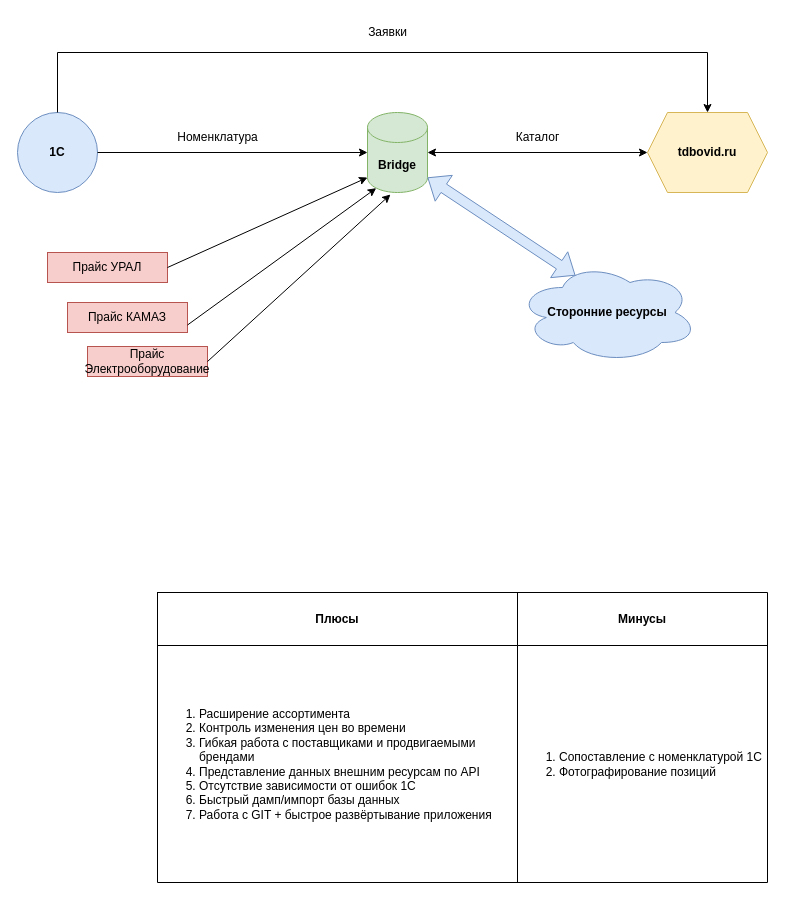
The draw.io diagram page "Страница 2" (2 of 2) of docs/schema/db.drawio in GeoS74/bridge, before the edit. Source tidied: cells renumbered, new cells numbered last; positions are measured from the earlier drawing's top-left corner, leaving out a move shared by most shapes. Both pictures are drawn from the tidied source at 100%, with x=0, y=0 at pixel (17, 17).
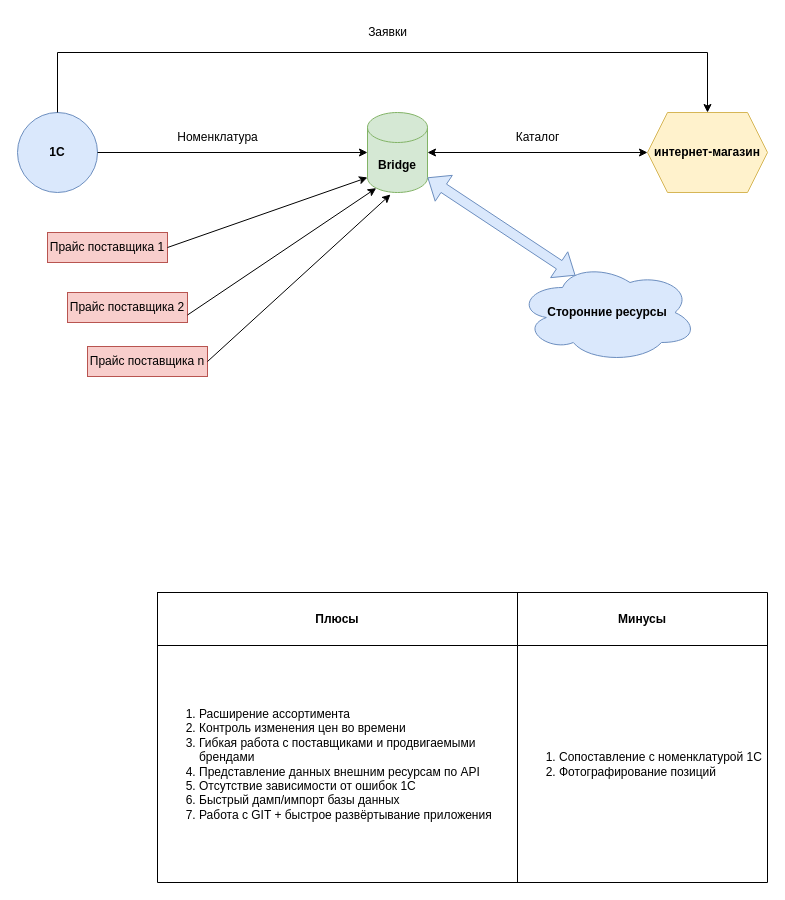
The same diagram, later.

What changed in the source:
```diff
@@
-    <mxCell id="4" value="&lt;b&gt;tdbovid.ru&lt;/b&gt;" style="shape=hexagon;perimeter=hexagonPerimeter2;whiteSpace=wrap;html=1;fixedSize=1;fillColor=#fff2cc;strokeColor=#d6b656;" parent="1" vertex="1">
+    <mxCell id="4" value="&lt;b&gt;интернет-магазин&lt;/b&gt;" style="shape=hexagon;perimeter=hexagonPerimeter2;whiteSpace=wrap;html=1;fixedSize=1;fillColor=#fff2cc;strokeColor=#d6b656;" parent="1" vertex="1">
       <mxGeometry x="630" y="95" width="120" height="80" as="geometry" />
     </mxCell>
-    <mxCell id="5" value="Прайс УРАЛ" style="rounded=0;whiteSpace=wrap;html=1;fillColor=#f8cecc;strokeColor=#b85450;" parent="1" vertex="1">
-      <mxGeometry x="30" y="235" width="120" height="30" as="geometry" />
+    <mxCell id="5" value="Прайс поставщика 1" style="rounded=0;whiteSpace=wrap;html=1;fillColor=#f8cecc;strokeColor=#b85450;" parent="1" vertex="1">
+      <mxGeometry x="30" y="215" width="120" height="30" as="geometry" />
     </mxCell>
-    <mxCell id="6" value="Прайс КАМАЗ" style="rounded=0;whiteSpace=wrap;html=1;fillColor=#f8cecc;strokeColor=#b85450;" parent="1" vertex="1">
-      <mxGeometry x="50" y="285" width="120" height="30" as="geometry" />
+    <mxCell id="6" value="Прайс поставщика 2" style="rounded=0;whiteSpace=wrap;html=1;fillColor=#f8cecc;strokeColor=#b85450;" parent="1" vertex="1">
+      <mxGeometry x="50" y="275" width="120" height="30" as="geometry" />
     </mxCell>
-    <mxCell id="7" value="Прайс Электрооборудование" style="rounded=0;whiteSpace=wrap;html=1;fillColor=#f8cecc;strokeColor=#b85450;" parent="1" vertex="1">
+    <mxCell id="7" value="Прайс поставщика n" style="rounded=0;whiteSpace=wrap;html=1;fillColor=#f8cecc;strokeColor=#b85450;" parent="1" vertex="1">
       <mxGeometry x="70" y="329" width="120" height="30" as="geometry" />
     </mxCell>
```
